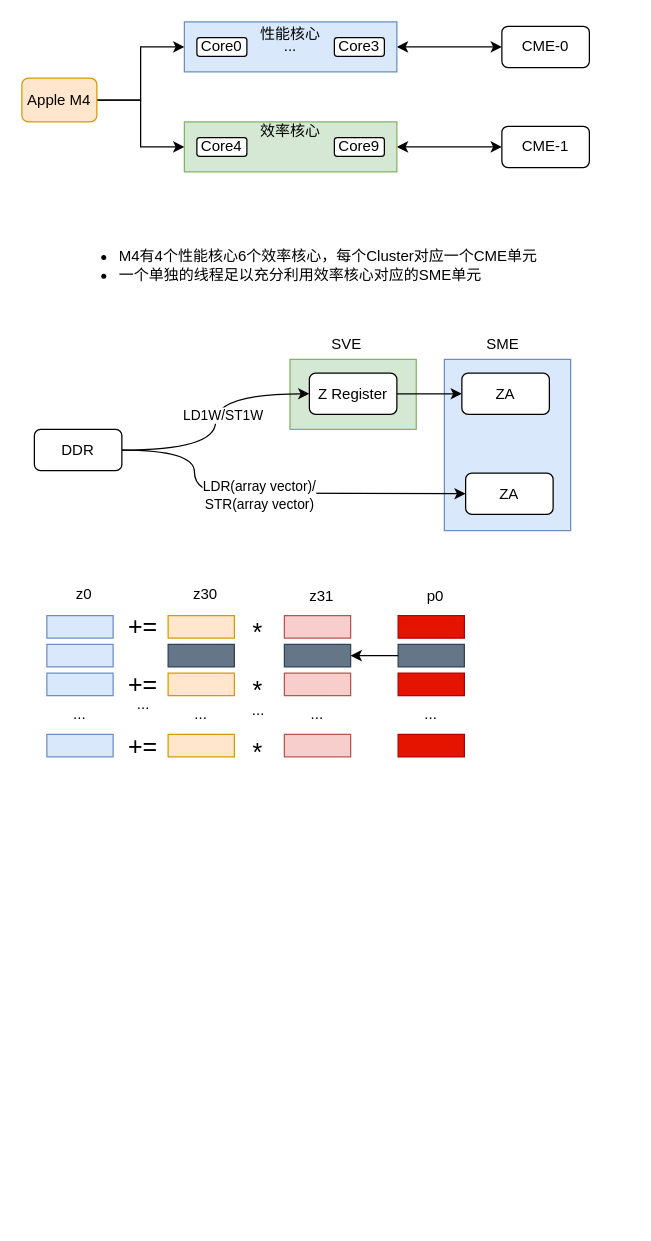
Before: ARM/CME.drawio in mailonghua/drawio, a draw.io diagram. Source tidied: cells renumbered, new cells numbered last; positions are measured from the earlier drawing's top-left corner, leaving out a move shared by most shapes. Both pictures are drawn from the tidied source at 125%, with x=0, y=0 at pixel (21, 21).
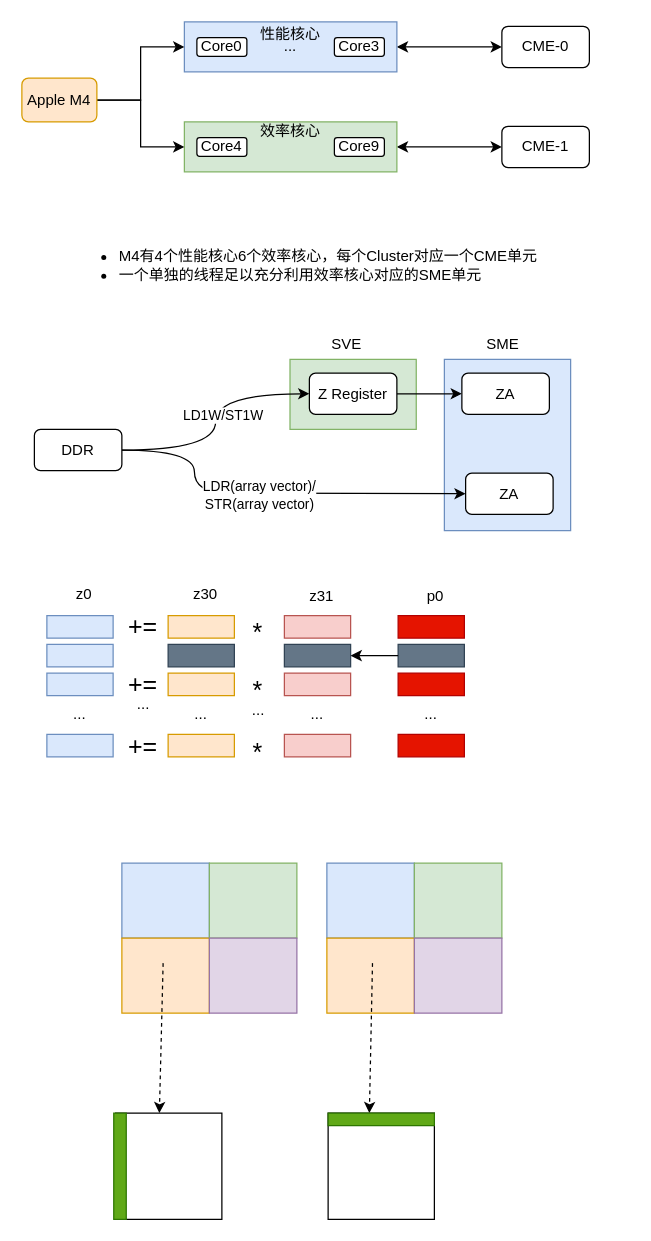
Above is the later version.

The edit, as a diff of the source:
```diff
@@
+    <mxCell id="71" style="rounded=0;whiteSpace=wrap;html=1;fillColor=#dae8fc;strokeColor=#6c8ebf;" parent="1" vertex="1">
+      <mxGeometry x="80" y="673" width="70" height="60" as="geometry" />
+    </mxCell>
+    <mxCell id="72" style="rounded=0;whiteSpace=wrap;html=1;fillColor=#ffe6cc;strokeColor=#d79b00;" parent="1" vertex="1">
+      <mxGeometry x="80" y="733" width="70" height="60" as="geometry" />
+    </mxCell>
+    <mxCell id="73" style="rounded=0;whiteSpace=wrap;html=1;fillColor=#d5e8d4;strokeColor=#82b366;" parent="1" vertex="1">
+      <mxGeometry x="150" y="673" width="70" height="60" as="geometry" />
+    </mxCell>
+    <mxCell id="74" style="rounded=0;whiteSpace=wrap;html=1;fillColor=#e1d5e7;strokeColor=#9673a6;" parent="1" vertex="1">
+      <mxGeometry x="150" y="733" width="70" height="60" as="geometry" />
+    </mxCell>
+    <mxCell id="75" style="rounded=0;whiteSpace=wrap;html=1;fillColor=#dae8fc;strokeColor=#6c8ebf;" parent="1" vertex="1">
+      <mxGeometry x="244" y="673" width="70" height="60" as="geometry" />
+    </mxCell>
+    <mxCell id="76" style="rounded=0;whiteSpace=wrap;html=1;fillColor=#ffe6cc;strokeColor=#d79b00;" parent="1" vertex="1">
+      <mxGeometry x="244" y="733" width="70" height="60" as="geometry" />
+    </mxCell>
+    <mxCell id="77" style="rounded=0;whiteSpace=wrap;html=1;fillColor=#d5e8d4;strokeColor=#82b366;" parent="1" vertex="1">
+      <mxGeometry x="314" y="673" width="70" height="60" as="geometry" />
+    </mxCell>
+    <mxCell id="78" style="rounded=0;whiteSpace=wrap;html=1;fillColor=#e1d5e7;strokeColor=#9673a6;" parent="1" vertex="1">
+      <mxGeometry x="314" y="733" width="70" height="60" as="geometry" />
+    </mxCell>
+    <mxCell id="79" style="endArrow=classic;html=1;rounded=0;dashed=1;" parent="1" edge="1">
+      <mxGeometry relative="1" as="geometry">
+        <mxPoint x="113" y="753" as="sourcePoint" />
+        <mxPoint x="110" y="873" as="targetPoint" />
+      </mxGeometry>
+    </mxCell>
+    <mxCell id="80" style="endArrow=classic;html=1;rounded=0;dashed=1;" parent="1" edge="1">
+      <mxGeometry relative="1" as="geometry">
+        <mxPoint x="280.5" y="753" as="sourcePoint" />
+        <mxPoint x="278" y="873" as="targetPoint" />
+      </mxGeometry>
+    </mxCell>
+    <mxCell id="81" style="whiteSpace=wrap;html=1;" parent="1" vertex="1">
+      <mxGeometry x="245" y="873" width="85" height="85" as="geometry" />
+    </mxCell>
+    <mxCell id="82" style="rounded=0;whiteSpace=wrap;html=1;fillColor=#60a917;fontColor=#ffffff;strokeColor=#2D7600;" parent="1" vertex="1">
+      <mxGeometry x="245" y="873" width="85" height="10" as="geometry" />
+    </mxCell>
+    <mxCell id="83" style="whiteSpace=wrap;html=1;rotation=-90;" parent="1" vertex="1">
+      <mxGeometry x="75" y="873" width="85" height="85" as="geometry" />
+    </mxCell>
+    <mxCell id="84" style="rounded=0;whiteSpace=wrap;html=1;fillColor=#60a917;fontColor=#ffffff;strokeColor=#2D7600;rotation=-90;" parent="1" vertex="1">
+      <mxGeometry x="36" y="910.5" width="85" height="10" as="geometry" />
+    </mxCell>
```
